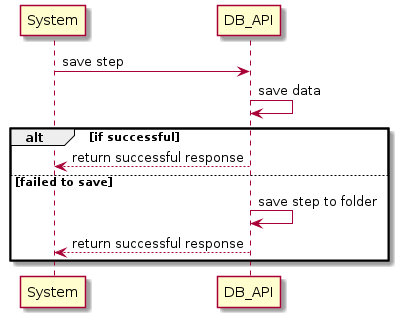
Before: out/src/doc/db/db.png, a diagram exported from PlantUML (sadeeqilu/JsonToXML).
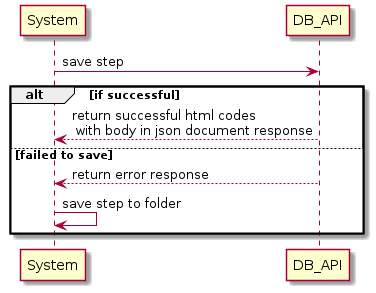
The same diagram one commit later.

Change to the diagram source:
```diff
@@ -3,12 +3,11 @@
 participant System
 participant DB_API
 System -> DB_API : save step
-DB_API -> DB_API : save data
 alt if successful
-    DB_API --> System : return successful response
+    DB_API --> System : return successful html codes\n with body in json document response
 else failed to save
-    DB_API -> DB_API : save step to folder
-    DB_API --> System : return successful response
+    DB_API --> System : return error response
+    System -> System : save step to folder
 end
 !endsub
 @enduml
```
